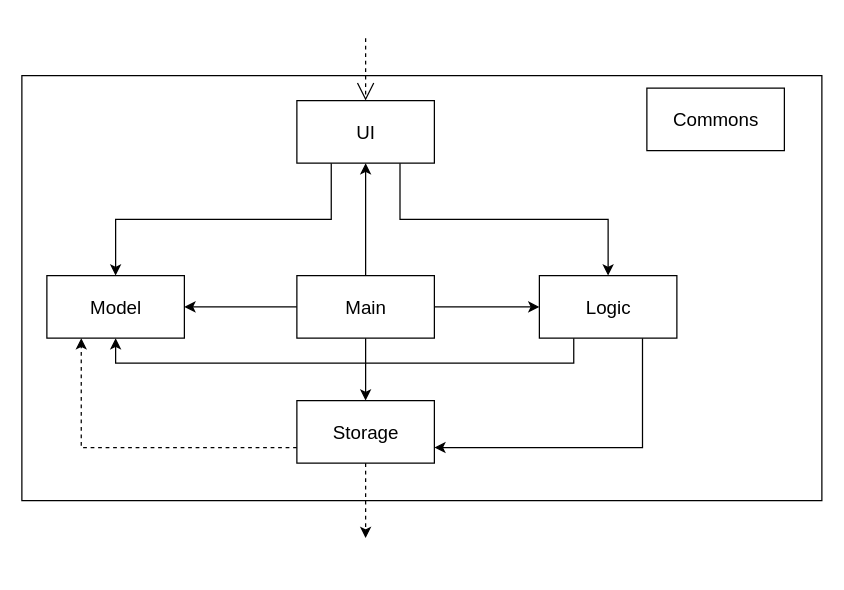
nus-cs2103-AY2223S2/tp keeps this draw.io diagram as docs/diagrams/archi/ArchitectureClassDiagram.drawio. Above is the earlier version. Source tidied: cells renumbered, new cells numbered last; positions are measured from the earlier drawing's top-left corner, leaving out a move shared by most shapes. Both pictures are drawn from the tidied source at 125%, with x=0, y=0 at pixel (21, 38).
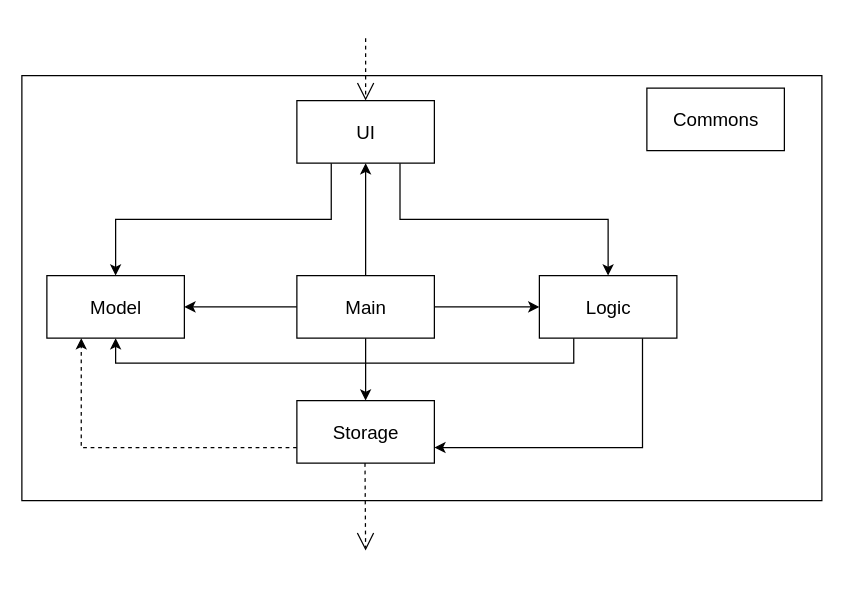
Above is the later version.

The change refers to these unchanged cells:
```xml
<mxCell id="12" value="Storage" style="html=1;fontSize=15;" parent="1" vertex="1">
  <mxGeometry x="220" y="290" width="110" height="50" as="geometry" />
</mxCell>
```

What changed in the source:
```diff
@@
-    <mxCell id="19" style="edgeStyle=orthogonalEdgeStyle;rounded=0;jettySize=auto;html=1;fontSize=15;dashed=1;exitX=0.5;exitY=1;exitDx=0;exitDy=0;" parent="1" edge="1" source="12">
-      <mxGeometry relative="1" as="geometry">
-        <mxPoint x="275" y="400" as="targetPoint" />
-      </mxGeometry>
-    </mxCell>
+    <mxCell id="20" style="endArrow=open;endSize=12;dashed=1;html=1;rounded=0;fontSize=15;" parent="1" edge="1">
+      <mxGeometry y="45" relative="1" as="geometry">
+        <mxPoint x="274.5" y="340" as="sourcePoint" />
+        <mxPoint x="275" y="410" as="targetPoint" />
+      </mxGeometry>
+    </mxCell>
```
